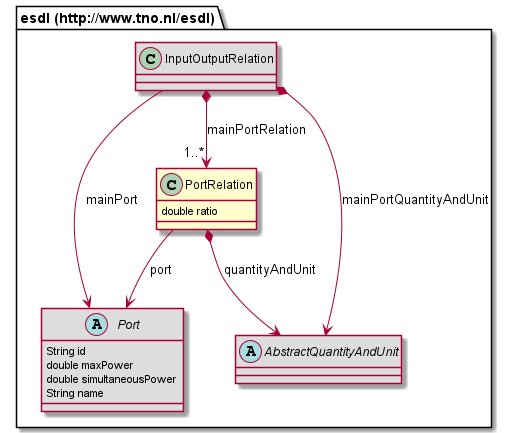
Earlier version of the PlantUML export 687474703a2f2f7777772e746e6f2e6e6c2f6573646c/PortRelation.png (EnergyTransition/energytransition.github.io). Its diagram source:
```plantuml
@startuml
class "esdl (http://www.tno.nl/esdl).PortRelation" [[#router/doc-content/687474703a2f2f7777772e746e6f2e6e6c2f6573646c/PortRelation.html{Specifies the relation between a port and the main port using a specific ratio.}]] {
	double ratio
}
abstract class "esdl (http://www.tno.nl/esdl).Port" [[#router/doc-content/687474703a2f2f7777772e746e6f2e6e6c2f6573646c/Port.html{Ports allow connections between EnergyAssets. }]] #DDDDDD {
	String id
	double maxPower
	double simultaneousPower
	String name
}
class "esdl (http://www.tno.nl/esdl).InputOutputRelation" [[#router/doc-content/687474703a2f2f7777772e746e6f2e6e6c2f6573646c/InputOutputRelation.html{Describes the relation between one of the ports of an asset (the mainPort) and all other ports using a specific ratio. }]] #DDDDDD {
}
abstract class "esdl (http://www.tno.nl/esdl).AbstractQuantityAndUnit" [[#router/doc-content/687474703a2f2f7777772e746e6f2e6e6c2f6573646c/AbstractQuantityAndUnit.html{Abstract class to describe QuantityAndUnitTypes or references to these}]] #DDDDDD {
}
"esdl (http://www.tno.nl/esdl).PortRelation" --> "esdl (http://www.tno.nl/esdl).Port" : port
"esdl (http://www.tno.nl/esdl).PortRelation" *--> "esdl (http://www.tno.nl/esdl).AbstractQuantityAndUnit" : quantityAndUnit
"esdl (http://www.tno.nl/esdl).InputOutputRelation" *--> "1..*" "esdl (http://www.tno.nl/esdl).PortRelation" : mainPortRelation
"esdl (http://www.tno.nl/esdl).InputOutputRelation" --> "esdl (http://www.tno.nl/esdl).Port" : mainPort
"esdl (http://www.tno.nl/esdl).InputOutputRelation" *--> "esdl (http://www.tno.nl/esdl).AbstractQuantityAndUnit" : mainPortQuantityAndUnit
@enduml
```
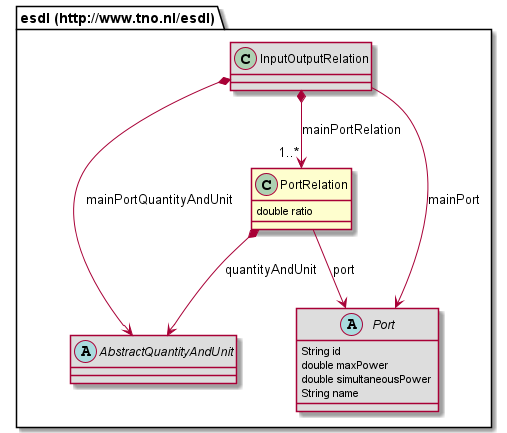
The same diagram one commit later.

The edit, as a diff of the source:
```diff
@@ -1,6 +1,10 @@
 @startuml
 class "esdl (http://www.tno.nl/esdl).PortRelation" [[#router/doc-content/687474703a2f2f7777772e746e6f2e6e6c2f6573646c/PortRelation.html{Specifies the relation between a port and the main port using a specific ratio.}]] {
 	double ratio
+}
+abstract class "esdl (http://www.tno.nl/esdl).AbstractQuantityAndUnit" [[#router/doc-content/687474703a2f2f7777772e746e6f2e6e6c2f6573646c/AbstractQuantityAndUnit.html{Abstract class to describe QuantityAndUnitTypes or references to these}]] #DDDDDD {
+}
+class "esdl (http://www.tno.nl/esdl).InputOutputRelation" [[#router/doc-content/687474703a2f2f7777772e746e6f2e6e6c2f6573646c/InputOutputRelation.html{Describes the relation between one of the ports of an asset (the mainPort) and all other ports using a specific ratio. }]] #DDDDDD {
 }
 abstract class "esdl (http://www.tno.nl/esdl).Port" [[#router/doc-content/687474703a2f2f7777772e746e6f2e6e6c2f6573646c/Port.html{Ports allow connections between EnergyAssets. }]] #DDDDDD {
 	String id
@@ -8,10 +12,6 @@
 	double simultaneousPower
 	String name
 }
-class "esdl (http://www.tno.nl/esdl).InputOutputRelation" [[#router/doc-content/687474703a2f2f7777772e746e6f2e6e6c2f6573646c/InputOutputRelation.html{Describes the relation between one of the ports of an asset (the mainPort) and all other ports using a specific ratio. }]] #DDDDDD {
-}
-abstract class "esdl (http://www.tno.nl/esdl).AbstractQuantityAndUnit" [[#router/doc-content/687474703a2f2f7777772e746e6f2e6e6c2f6573646c/AbstractQuantityAndUnit.html{Abstract class to describe QuantityAndUnitTypes or references to these}]] #DDDDDD {
-}
 "esdl (http://www.tno.nl/esdl).PortRelation" --> "esdl (http://www.tno.nl/esdl).Port" : port
 "esdl (http://www.tno.nl/esdl).PortRelation" *--> "esdl (http://www.tno.nl/esdl).AbstractQuantityAndUnit" : quantityAndUnit
 "esdl (http://www.tno.nl/esdl).InputOutputRelation" *--> "1..*" "esdl (http://www.tno.nl/esdl).PortRelation" : mainPortRelation
```
